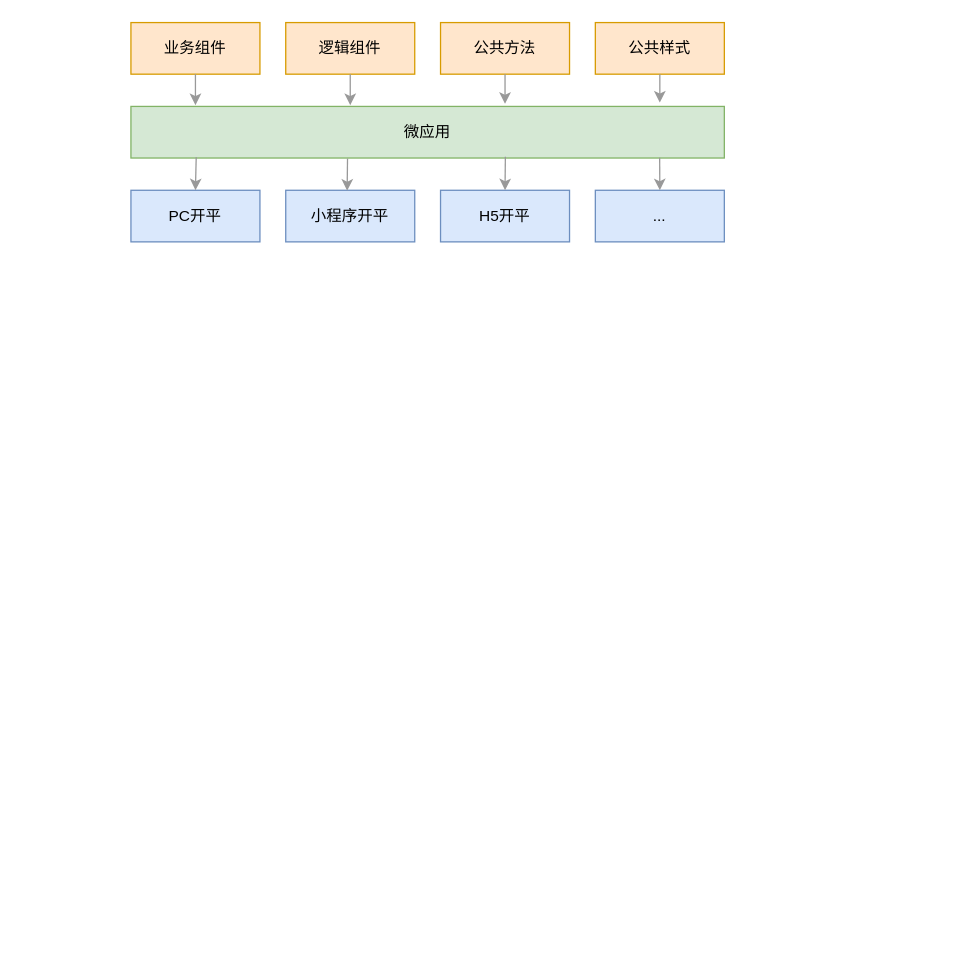
Before: page "11级" (16 of 16) of static/ppt.drawio in maoliang2271/bigpipe-demo, a draw.io diagram. Source tidied: cells renumbered, new cells numbered last; positions are measured from the earlier drawing's top-left corner, leaving out a move shared by most shapes. Both pictures are drawn from the tidied source at 129%, with x=0, y=0 at pixel (130, 22).
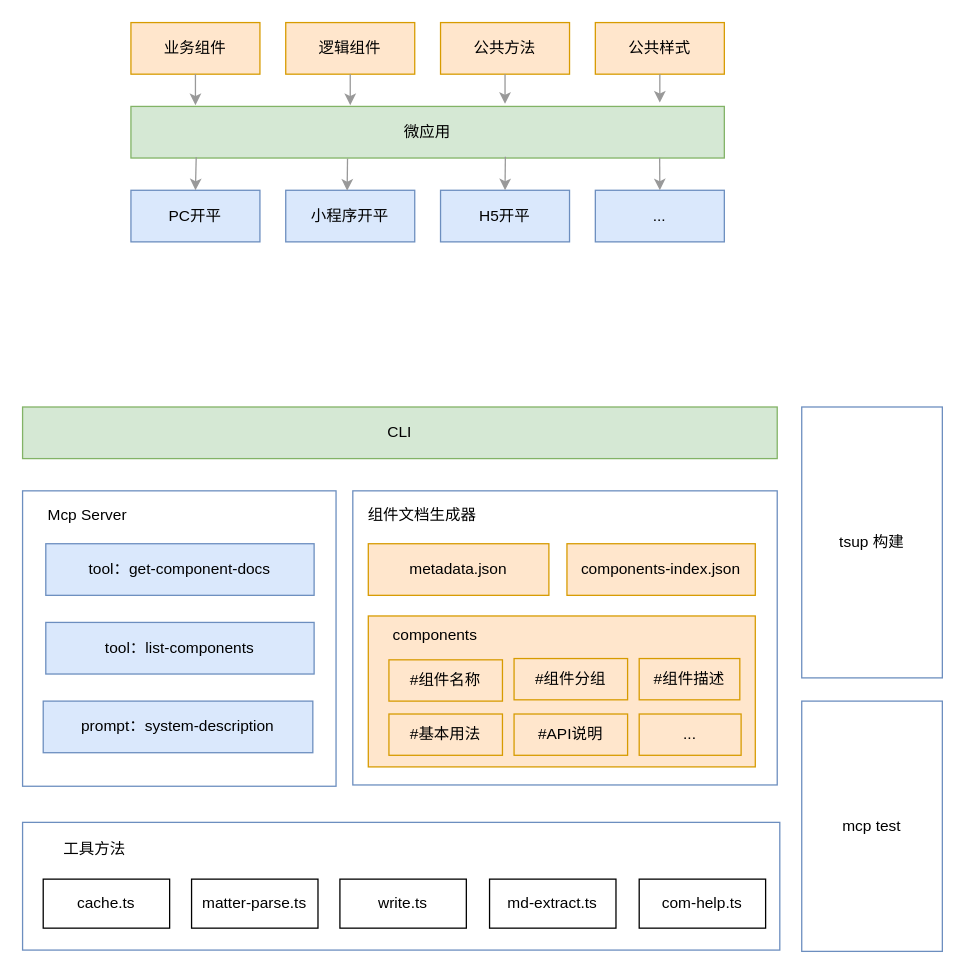
After the change.

Change to the diagram source:
```diff
@@
+    <mxCell id="19" value="CLI" style="rounded=0;whiteSpace=wrap;html=1;fillColor=#d5e8d4;strokeColor=#82b366;" parent="1" vertex="1">
+      <mxGeometry x="-84" y="298" width="585" height="40" as="geometry" />
+    </mxCell>
+    <mxCell id="20" style="rounded=0;whiteSpace=wrap;html=1;fillColor=none;strokeColor=#6c8ebf;" parent="1" vertex="1">
+      <mxGeometry x="-84" y="363" width="243" height="229" as="geometry" />
+    </mxCell>
+    <mxCell id="21" value="Mcp Server" style="text;html=1;whiteSpace=wrap;strokeColor=none;fillColor=none;align=center;verticalAlign=middle;rounded=0;" parent="1" vertex="1">
+      <mxGeometry x="-82" y="367" width="97" height="30" as="geometry" />
+    </mxCell>
+    <mxCell id="22" value="tool：get-component-docs" style="rounded=0;whiteSpace=wrap;html=1;fillColor=#dae8fc;strokeColor=#6c8ebf;" parent="1" vertex="1">
+      <mxGeometry x="-66" y="404" width="208" height="40" as="geometry" />
+    </mxCell>
+    <mxCell id="23" value="tool：list-components" style="rounded=0;whiteSpace=wrap;html=1;fillColor=#dae8fc;strokeColor=#6c8ebf;" parent="1" vertex="1">
+      <mxGeometry x="-66" y="465" width="208" height="40" as="geometry" />
+    </mxCell>
+    <mxCell id="24" value="prompt：system-description" style="rounded=0;whiteSpace=wrap;html=1;fillColor=#dae8fc;strokeColor=#6c8ebf;" parent="1" vertex="1">
+      <mxGeometry x="-68" y="526" width="209" height="40" as="geometry" />
+    </mxCell>
+    <mxCell id="25" style="rounded=0;whiteSpace=wrap;html=1;fillColor=none;strokeColor=#6c8ebf;" parent="1" vertex="1">
+      <mxGeometry x="172" y="363" width="329" height="228" as="geometry" />
+    </mxCell>
+    <mxCell id="26" value="组件文档生成器" style="text;html=1;whiteSpace=wrap;strokeColor=none;fillColor=none;align=center;verticalAlign=middle;rounded=0;" parent="1" vertex="1">
+      <mxGeometry x="174" y="367" width="104" height="30" as="geometry" />
+    </mxCell>
+    <mxCell id="27" value="metadata.json" style="rounded=0;whiteSpace=wrap;html=1;fillColor=#ffe6cc;strokeColor=#d79b00;" parent="1" vertex="1">
+      <mxGeometry x="184" y="404" width="140" height="40" as="geometry" />
+    </mxCell>
+    <mxCell id="28" value="components-index.json" style="rounded=0;whiteSpace=wrap;html=1;fillColor=#ffe6cc;strokeColor=#d79b00;" parent="1" vertex="1">
+      <mxGeometry x="338" y="404" width="146" height="40" as="geometry" />
+    </mxCell>
+    <mxCell id="29" style="rounded=0;whiteSpace=wrap;html=1;fillColor=#ffe6cc;strokeColor=#d79b00;" parent="1" vertex="1">
+      <mxGeometry x="184" y="460" width="300" height="117" as="geometry" />
+    </mxCell>
+    <mxCell id="30" value="components" style="text;html=1;whiteSpace=wrap;strokeColor=none;fillColor=none;align=center;verticalAlign=middle;rounded=0;" parent="1" vertex="1">
+      <mxGeometry x="184" y="460" width="104" height="30" as="geometry" />
+    </mxCell>
+    <mxCell id="31" value="#组件名称" style="rounded=0;whiteSpace=wrap;html=1;fillColor=#ffe6cc;strokeColor=#d79b00;" parent="1" vertex="1">
+      <mxGeometry x="200" y="494" width="88" height="32" as="geometry" />
+    </mxCell>
+    <mxCell id="32" value="#组件分组" style="rounded=0;whiteSpace=wrap;html=1;fillColor=#ffe6cc;strokeColor=#d79b00;" parent="1" vertex="1">
+      <mxGeometry x="297" y="493" width="88" height="32" as="geometry" />
+    </mxCell>
+    <mxCell id="33" value="#组件描述" style="rounded=0;whiteSpace=wrap;html=1;fillColor=#ffe6cc;strokeColor=#d79b00;" parent="1" vertex="1">
+      <mxGeometry x="394" y="493" width="78" height="32" as="geometry" />
+    </mxCell>
+    <mxCell id="34" value="#基本用法" style="rounded=0;whiteSpace=wrap;html=1;fillColor=#ffe6cc;strokeColor=#d79b00;" parent="1" vertex="1">
+      <mxGeometry x="200" y="536" width="88" height="32" as="geometry" />
+    </mxCell>
+    <mxCell id="35" value="#API说明" style="rounded=0;whiteSpace=wrap;html=1;fillColor=#ffe6cc;strokeColor=#d79b00;" parent="1" vertex="1">
+      <mxGeometry x="297" y="536" width="88" height="32" as="geometry" />
+    </mxCell>
+    <mxCell id="36" value="..." style="rounded=0;whiteSpace=wrap;html=1;fillColor=#ffe6cc;strokeColor=#d79b00;" parent="1" vertex="1">
+      <mxGeometry x="394" y="536" width="79" height="32" as="geometry" />
+    </mxCell>
+    <mxCell id="37" style="rounded=0;whiteSpace=wrap;html=1;fillColor=none;strokeColor=#6c8ebf;" parent="1" vertex="1">
+      <mxGeometry x="-84" y="620" width="587" height="99" as="geometry" />
+    </mxCell>
+    <mxCell id="38" value="工具方法" style="text;html=1;whiteSpace=wrap;strokeColor=none;fillColor=none;align=center;verticalAlign=middle;rounded=0;" parent="1" vertex="1">
+      <mxGeometry x="-80" y="626" width="104" height="30" as="geometry" />
+    </mxCell>
+    <mxCell id="39" value="cache.ts" style="rounded=0;whiteSpace=wrap;html=1;" parent="1" vertex="1">
+      <mxGeometry x="-68" y="664" width="98" height="38" as="geometry" />
+    </mxCell>
+    <mxCell id="40" value="matter-parse.ts" style="rounded=0;whiteSpace=wrap;html=1;" parent="1" vertex="1">
+      <mxGeometry x="47" y="664" width="98" height="38" as="geometry" />
+    </mxCell>
+    <mxCell id="41" value="write.ts" style="rounded=0;whiteSpace=wrap;html=1;" parent="1" vertex="1">
+      <mxGeometry x="162" y="664" width="98" height="38" as="geometry" />
+    </mxCell>
+    <mxCell id="42" value="md-extract.ts" style="rounded=0;whiteSpace=wrap;html=1;" parent="1" vertex="1">
+      <mxGeometry x="278" y="664" width="98" height="38" as="geometry" />
+    </mxCell>
+    <mxCell id="43" value="com-help.ts" style="rounded=0;whiteSpace=wrap;html=1;" parent="1" vertex="1">
+      <mxGeometry x="394" y="664" width="98" height="38" as="geometry" />
+    </mxCell>
+    <mxCell id="44" value="mcp test" style="rounded=0;whiteSpace=wrap;html=1;fillColor=none;strokeColor=#6c8ebf;" parent="1" vertex="1">
+      <mxGeometry x="520" y="526" width="109" height="194" as="geometry" />
+    </mxCell>
+    <mxCell id="45" value="tsup 构建" style="rounded=0;whiteSpace=wrap;html=1;fillColor=none;strokeColor=#6c8ebf;" parent="1" vertex="1">
+      <mxGeometry x="520" y="298" width="109" height="210" as="geometry" />
+    </mxCell>
```
